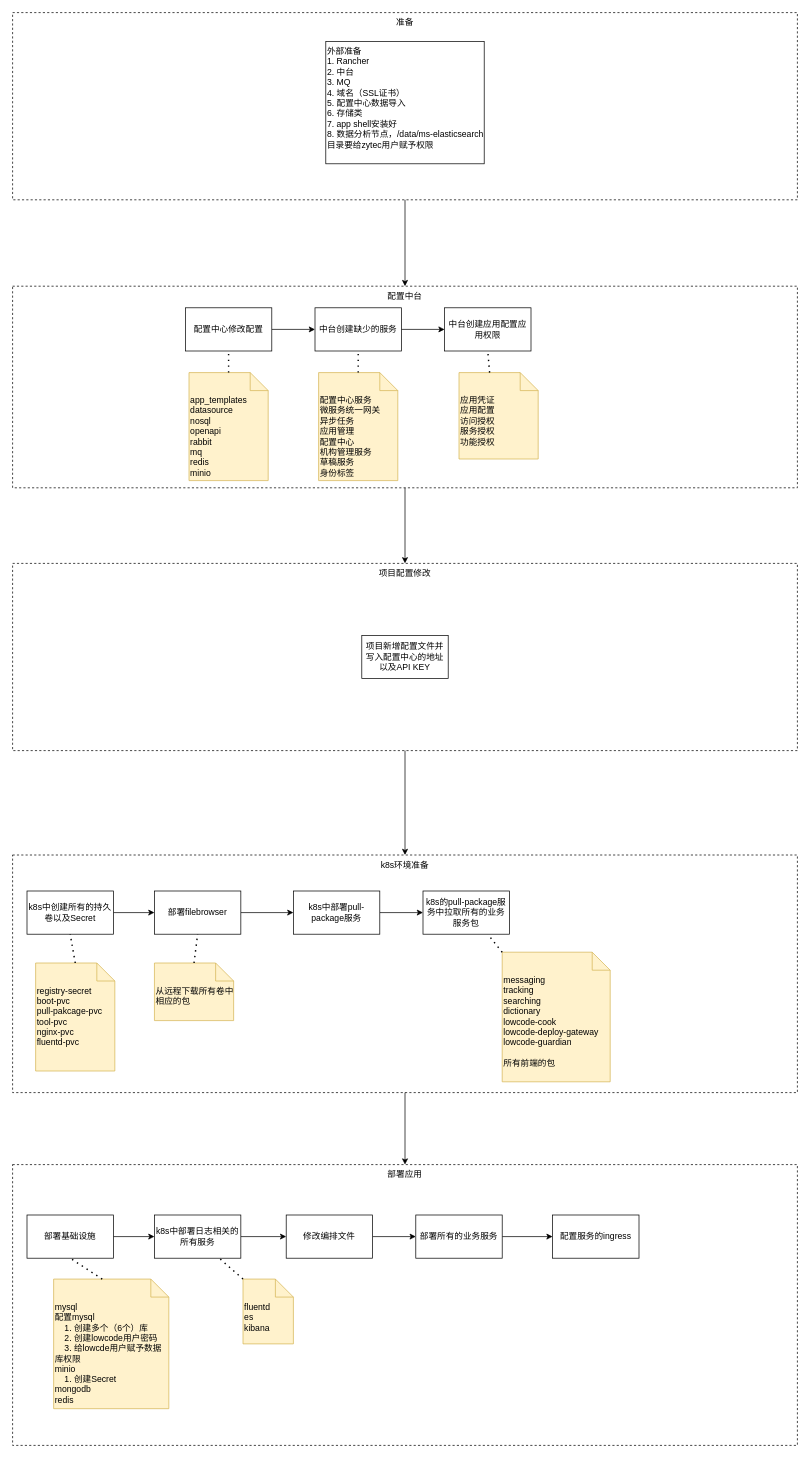
Before: 部署流程.drawio in ProgrammerLZ/drawio, a draw.io diagram. Source tidied: cells renumbered, new cells numbered last; positions are measured from the earlier drawing's top-left corner, leaving out a move shared by most shapes. Both pictures are drawn from the tidied source at 72%, with x=0, y=0 at pixel (12, 12).
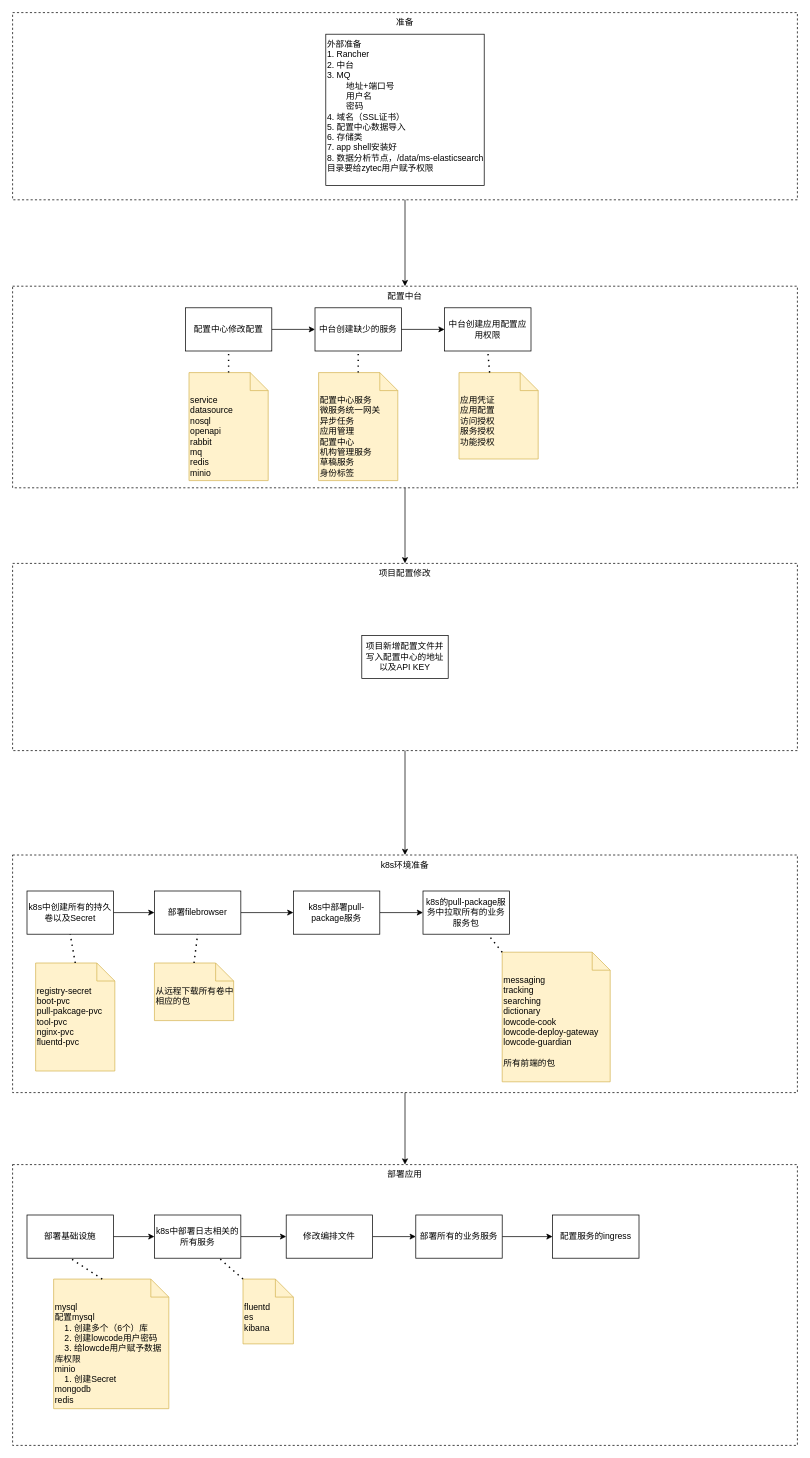
The same page after the edit.

Commit message:
更新部署流程.drawio

Change to the diagram source:
```diff
@@
-    <mxCell id="14" value="外部准备&lt;div&gt;1. Rancher&lt;/div&gt;&lt;div&gt;2. 中台&lt;/div&gt;&lt;div&gt;3. MQ&lt;/div&gt;&lt;div&gt;4. 域名（SSL证书）&lt;/div&gt;&lt;div&gt;5. 配置中心数据导入&lt;/div&gt;&lt;div&gt;6. 存储类&lt;/div&gt;&lt;div&gt;7. app shell安装好&lt;/div&gt;&lt;div&gt;8. 数据分析节点，/data/ms-elasticsearch目录要给zytec用户赋予权限&lt;/div&gt;" style="text;html=1;align=left;verticalAlign=top;whiteSpace=wrap;rounded=0;strokeColor=default;" parent="1" vertex="1">
-      <mxGeometry x="435" y="40" width="220" height="170" as="geometry" />
+    <mxCell id="14" value="外部准备&lt;div&gt;1. Rancher&lt;/div&gt;&lt;div&gt;2. 中台&lt;/div&gt;&lt;div&gt;3. MQ&lt;/div&gt;&lt;div&gt;&lt;span style=&quot;white-space: pre;&quot;&gt;&#9;&lt;/span&gt;地址+端口号&lt;br&gt;&lt;/div&gt;&lt;div&gt;&lt;span style=&quot;white-space: pre;&quot;&gt;&#9;&lt;/span&gt;用户名&lt;br&gt;&lt;/div&gt;&lt;div&gt;&lt;span style=&quot;white-space: pre;&quot;&gt;&#9;&lt;/span&gt;密码&lt;/div&gt;&lt;div&gt;4. 域名（SSL证书）&lt;/div&gt;&lt;div&gt;5. 配置中心数据导入&lt;/div&gt;&lt;div&gt;6. 存储类&lt;/div&gt;&lt;div&gt;7. app shell安装好&lt;/div&gt;&lt;div&gt;8. 数据分析节点，/data/ms-elasticsearch目录要给zytec用户赋予权限&lt;/div&gt;" style="text;html=1;align=left;verticalAlign=top;whiteSpace=wrap;rounded=0;strokeColor=default;" parent="1" vertex="1">
+      <mxGeometry x="435" y="30" width="220" height="210" as="geometry" />
     </mxCell>
@@
-    <mxCell id="35" value="app_templates&lt;div&gt;datasource&lt;br&gt;&lt;div&gt;nosql&lt;/div&gt;&lt;div&gt;openapi&lt;/div&gt;&lt;div&gt;rabbit&lt;/div&gt;&lt;div&gt;mq&lt;/div&gt;&lt;div&gt;redis&lt;/div&gt;&lt;/div&gt;&lt;div&gt;minio&lt;/div&gt;" style="shape=note2;boundedLbl=1;whiteSpace=wrap;html=1;size=25;verticalAlign=top;align=left;fillColor=#fff2cc;strokeColor=#d6b656;" parent="1" vertex="1">
+    <mxCell id="35" value="service&lt;div&gt;datasource&lt;br&gt;&lt;div&gt;nosql&lt;/div&gt;&lt;div&gt;openapi&lt;/div&gt;&lt;div&gt;rabbit&lt;/div&gt;&lt;div&gt;mq&lt;/div&gt;&lt;div&gt;redis&lt;/div&gt;&lt;/div&gt;&lt;div&gt;minio&lt;/div&gt;" style="shape=note2;boundedLbl=1;whiteSpace=wrap;html=1;size=25;verticalAlign=top;align=left;fillColor=#fff2cc;strokeColor=#d6b656;" parent="1" vertex="1">
       <mxGeometry x="245" y="500" width="110" height="150" as="geometry" />
     </mxCell>
```
